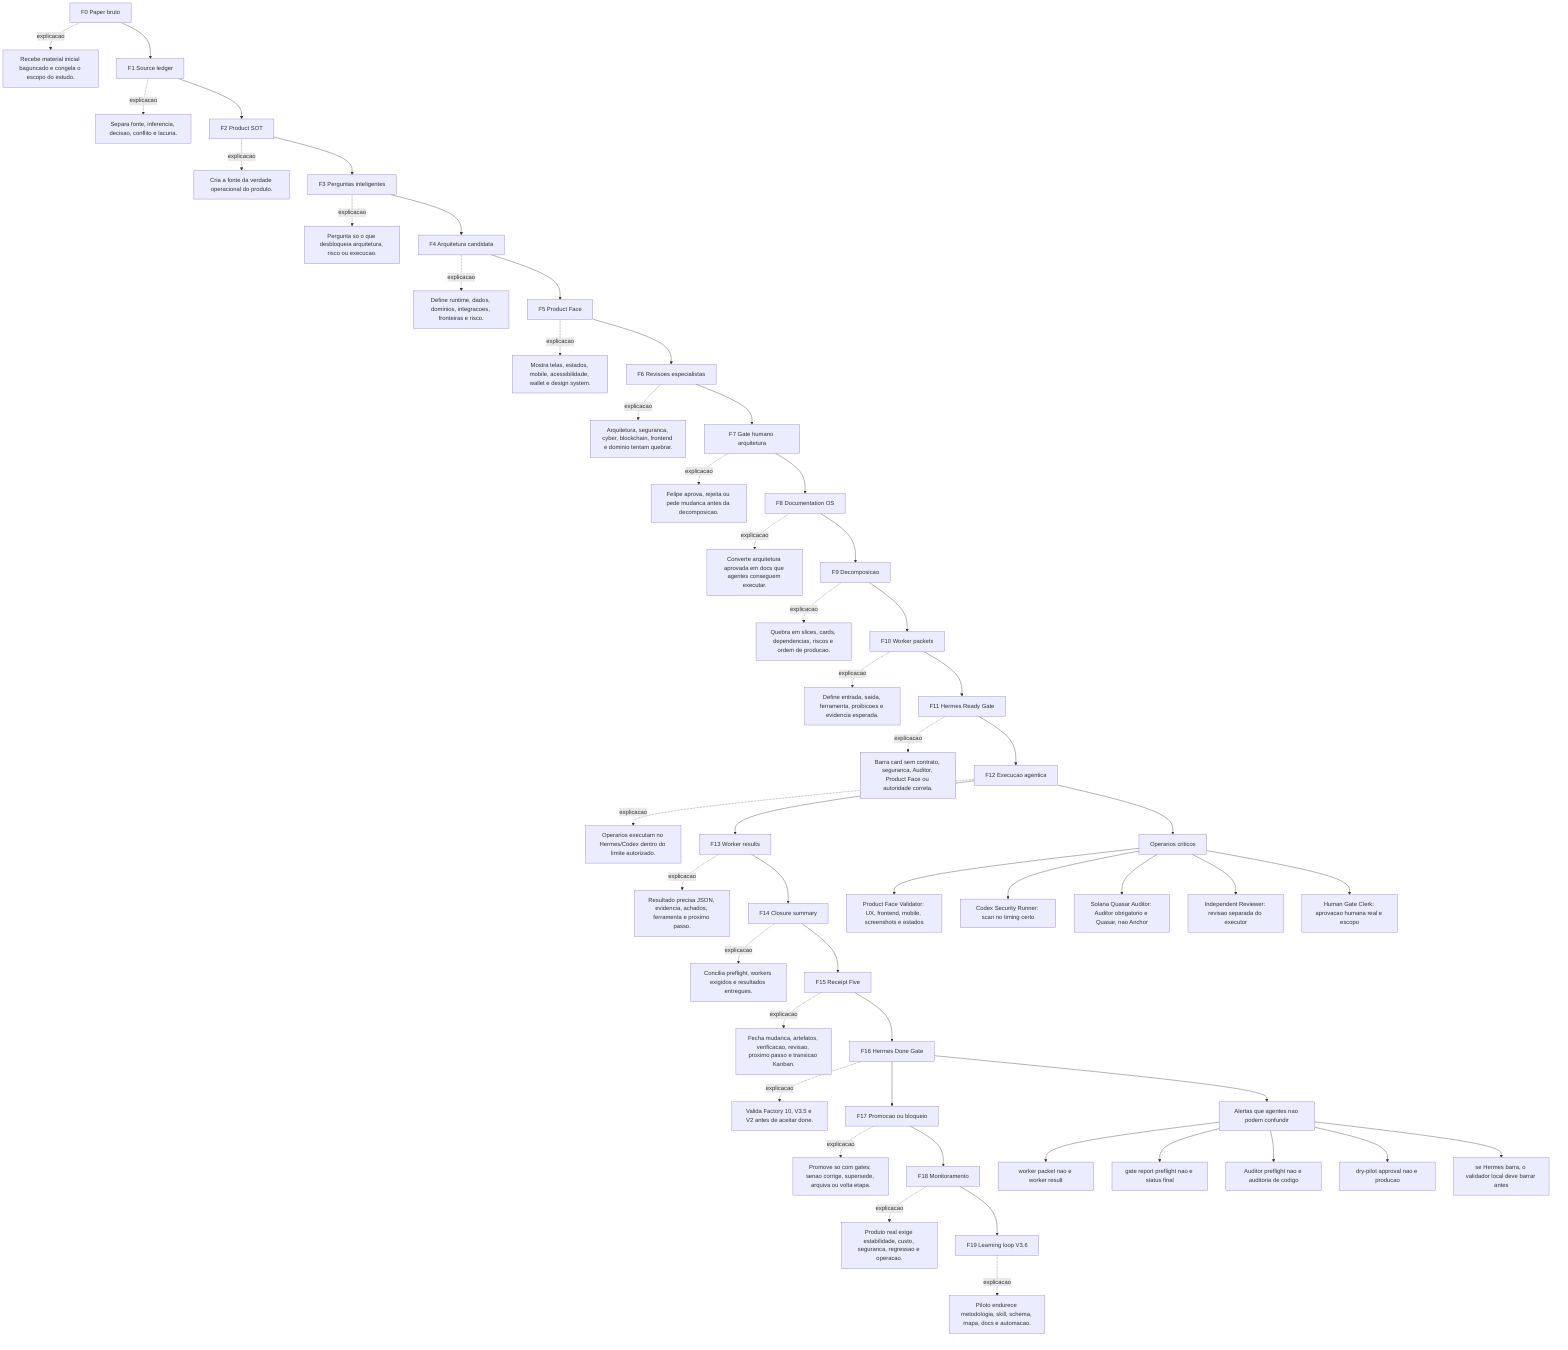
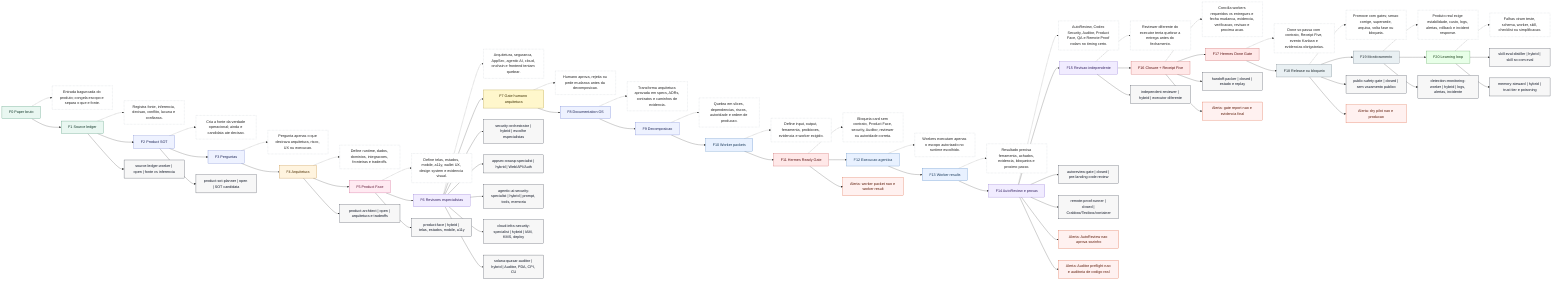
- flowchart TB
-   F0["F0 Paper bruto"]
-   F0D["Recebe material inicial baguncado e congela o escopo do estudo."]
-   F0 -. explicacao .-> F0D
+ flowchart LR
+   F0["F0 Paper bruto"]:::source
+   F0D["Entrada baguncada do produto; congela escopo e separa o que e fonte."]:::desc
+   F0 -.-> F0D
  F0 --> F1

-   F1["F1 Source ledger"]
-   F1D["Separa fonte, inferencia, decisao, conflito e lacuna."]
-   F1 -. explicacao .-> F1D
+   F1["F1 Source ledger"]:::source
+   F1D["Registra fonte, inferencia, decisao, conflito, lacuna e confianca."]:::desc
+   F1 -.-> F1D
  F1 --> F2

-   F2["F2 Product SOT"]
-   F2D["Cria a fonte da verdade operacional do produto."]
-   F2 -. explicacao .-> F2D
+   F2["F2 Product SOT"]:::planning
+   F2D["Cria a fonte da verdade operacional; ainda e candidata ate decisao."]:::desc
+   F2 -.-> F2D
  F2 --> F3

-   F3["F3 Perguntas inteligentes"]
-   F3D["Pergunta so o que desbloqueia arquitetura, risco ou execucao."]
-   F3 -. explicacao .-> F3D
+   F3["F3 Perguntas"]:::planning
+   F3D["Pergunta apenas o que destrava arquitetura, risco, UX ou execucao."]:::desc
+   F3 -.-> F3D
  F3 --> F4

-   F4["F4 Arquitetura candidata"]
-   F4D["Define runtime, dados, dominios, integracoes, fronteiras e risco."]
-   F4 -. explicacao .-> F4D
+   F4["F4 Arquitetura"]:::architecture
+   F4D["Define runtime, dados, dominios, integracoes, fronteiras e tradeoffs."]:::desc
+   F4 -.-> F4D
  F4 --> F5

-   F5["F5 Product Face"]
-   F5D["Mostra telas, estados, mobile, acessibilidade, wallet e design system."]
-   F5 -. explicacao .-> F5D
+   F5["F5 Product Face"]:::face
+   F5D["Define telas, estados, mobile, a11y, wallet UX, design system e evidencia visual."]:::desc
+   F5 -.-> F5D
  F5 --> F6

-   F6["F6 Revisoes especialistas"]
-   F6D["Arquitetura, seguranca, cyber, blockchain, frontend e dominio tentam quebrar."]
-   F6 -. explicacao .-> F6D
+   F6["F6 Revisoes especialistas"]:::review
+   F6D["Arquitetura, seguranca, AppSec, agentic AI, cloud, onchain e frontend tentam quebrar."]:::desc
+   F6 -.-> F6D
  F6 --> F7

-   F7["F7 Gate humano arquitetura"]
-   F7D["Felipe aprova, rejeita ou pede mudanca antes da decomposicao."]
-   F7 -. explicacao .-> F7D
+   F7["F7 Gate humano arquitetura"]:::human
+   F7D["Humano aprova, rejeita ou pede mudanca antes da decomposicao."]:::desc
+   F7 -.-> F7D
  F7 --> F8

-   F8["F8 Documentation OS"]
-   F8D["Converte arquitetura aprovada em docs que agentes conseguem executar."]
-   F8 -. explicacao .-> F8D
+   F8["F8 Documentation OS"]:::planning
+   F8D["Transforma arquitetura aprovada em specs, ADRs, contratos e caminhos de evidencia."]:::desc
+   F8 -.-> F8D
  F8 --> F9

-   F9["F9 Decomposicao"]
-   F9D["Quebra em slices, cards, dependencias, riscos e ordem de producao."]
-   F9 -. explicacao .-> F9D
+   F9["F9 Decomposicao"]:::planning
+   F9D["Quebra em slices, dependencias, riscos, autoridade e ordem de producao."]:::desc
+   F9 -.-> F9D
  F9 --> F10

-   F10["F10 Worker packets"]
-   F10D["Define entrada, saida, ferramenta, proibicoes e evidencia esperada."]
-   F10 -. explicacao .-> F10D
+   F10["F10 Worker packets"]:::execution
+   F10D["Define input, output, ferramenta, proibicoes, evidencia e worker exigido."]:::desc
+   F10 -.-> F10D
  F10 --> F11

-   F11["F11 Hermes Ready Gate"]
-   F11D["Barra card sem contrato, seguranca, Auditor, Product Face ou autoridade correta."]
-   F11 -. explicacao .-> F11D
+   F11["F11 Hermes Ready Gate"]:::gate
+   F11D["Bloqueia card sem contrato, Product Face, security, Auditor, reviewer ou autoridade correta."]:::desc
+   F11 -.-> F11D
  F11 --> F12

-   F12["F12 Execucao agentica"]
-   F12D["Operarios executam no Hermes/Codex dentro do limite autorizado."]
-   F12 -. explicacao .-> F12D
+   F12["F12 Execucao agentica"]:::execution
+   F12D["Workers executam apenas o escopo autorizado no runtime escolhido."]:::desc
+   F12 -.-> F12D
  F12 --> F13

-   F13["F13 Worker results"]
-   F13D["Resultado precisa JSON, evidencia, achados, ferramenta e proximo passo."]
-   F13 -. explicacao .-> F13D
+   F13["F13 Worker results"]:::execution
+   F13D["Resultado precisa ferramenta, achados, evidencia, bloqueios e proximo passo."]:::desc
+   F13 -.-> F13D
  F13 --> F14

-   F14["F14 Closure summary"]
-   F14D["Concilia preflight, workers exigidos e resultados entregues."]
-   F14 -. explicacao .-> F14D
+   F14["F14 AutoReview e provas"]:::review
+   F14D["AutoReview, Codex Security, Auditor, Product Face, QA e Remote Proof rodam no timing certo."]:::desc
+   F14 -.-> F14D
  F14 --> F15

-   F15["F15 Receipt Five"]
-   F15D["Fecha mudanca, artefatos, verificacao, revisao, proximo passo e transicao Kanban."]
-   F15 -. explicacao .-> F15D
+   F15["F15 Revisao independente"]:::review
+   F15D["Reviewer diferente do executor tenta quebrar a entrega antes do fechamento."]:::desc
+   F15 -.-> F15D
  F15 --> F16

-   F16["F16 Hermes Done Gate"]
-   F16D["Valida Factory 10, V3.5 e V2 antes de aceitar done."]
-   F16 -. explicacao .-> F16D
+   F16["F16 Closure + Receipt Five"]:::gate
+   F16D["Concilia workers requeridos vs entregues e fecha mudanca, evidencia, verificacao, revisao e proxima acao."]:::desc
+   F16 -.-> F16D
  F16 --> F17

-   F17["F17 Promocao ou bloqueio"]
-   F17D["Promove so com gates; senao corrige, supersede, arquiva ou volta etapa."]
-   F17 -. explicacao .-> F17D
+   F17["F17 Hermes Done Gate"]:::gate
+   F17D["Done so passa com contrato, Receipt Five, evento Kanban e evidencias obrigatorias."]:::desc
+   F17 -.-> F17D
  F17 --> F18

-   F18["F18 Monitoramento"]
-   F18D["Produto real exige estabilidade, custo, seguranca, regressao e operacao."]
-   F18 -. explicacao .-> F18D
+   F18["F18 Release ou bloqueio"]:::release
+   F18D["Promove com gates; senao corrige, supersede, arquiva, volta fase ou bloqueia."]:::desc
+   F18 -.-> F18D
  F18 --> F19

-   F19["F19 Learning loop V3.6"]
-   F19D["Piloto endurece metodologia, skill, schema, mapa, docs e automacao."]
-   F19 -. explicacao .-> F19D
+   F19["F19 Monitoramento"]:::release
+   F19D["Produto real exige estabilidade, custo, logs, alertas, rollback e incident response."]:::desc
+   F19 -.-> F19D
+   F19 --> F20

-   F12 --> OPS["Operarios criticos"]
-   OPS --> OP1["Product Face Validator: UX, frontend, mobile, screenshots e estados"]
-   OPS --> OP2["Codex Security Runner: scan no timing certo"]
-   OPS --> OP3["Solana Quasar Auditor: Auditor obrigatorio e Quasar, nao Anchor"]
-   OPS --> OP4["Independent Reviewer: revisao separada do executor"]
-   OPS --> OP5["Human Gate Clerk: aprovacao humana real e escopo"]
+   F20["F20 Learning loop"]:::learning
+   F20D["Falhas viram teste, schema, worker, skill, checklist ou simplificacao."]:::desc
+   F20 -.-> F20D

-   F16 --> ALERT["Alertas que agentes nao podem confundir"]
-   ALERT --> A1["worker packet nao e worker result"]
-   ALERT --> A2["gate report preflight nao e status final"]
-   ALERT --> A3["Auditor preflight nao e auditoria de codigo"]
-   ALERT --> A4["dry-pilot approval nao e producao"]
-   ALERT --> A5["se Hermes barra, o validador local deve barrar antes"]
+   F1 --> W1["source-ledger-worker | open | fonte vs inferencia"]:::worker
+   F2 --> W2["product-sot-planner | open | SOT candidata"]:::worker
+   F4 --> W3["product-architect | open | arquitetura e tradeoffs"]:::worker
+   F5 --> W4["product-face | hybrid | telas, estados, mobile, a11y"]:::worker
+   F6 --> W5["security-orchestrator | hybrid | escolhe especialistas"]:::worker
+   F6 --> W6["appsec-owasp-specialist | hybrid | Web/API/Auth"]:::worker
+   F6 --> W7["agentic-ai-security-specialist | hybrid | prompt, tools, memoria"]:::worker
+   F6 --> W8["cloud-infra-security-specialist | hybrid | IAM, KMS, deploy"]:::worker
+   F6 --> W9["solana-quasar-auditor | hybrid | Auditor, PDA, CPI, CU"]:::worker
+   F14 --> W10["autoreview-gate | closed | pre-landing code review"]:::worker
+   F14 --> W11["remote-proof-runner | closed | Crabbox/Testbox/container"]:::worker
+   F15 --> W12["independent-reviewer | hybrid | executor diferente"]:::worker
+   F16 --> W13["handoff-packer | closed | estado e replay"]:::worker
+   F18 --> W14["public-safety-gate | closed | sem vazamento publico"]:::worker
+   F19 --> W15["detection-monitoring-worker | hybrid | logs, alertas, incidente"]:::worker
+   F20 --> W16["skill-eval-distiller | hybrid | skill so com eval"]:::worker
+   F20 --> W17["memory-steward | hybrid | trust tier e poisoning"]:::worker
+ 
+   F11 --> A1["Alerta: worker packet nao e worker result"]:::alert
+   F16 --> A2["Alerta: gate report nao e evidencia final"]:::alert
+   F14 --> A3["Alerta: AutoReview nao aprova sozinho"]:::alert
+   F14 --> A4["Alerta: Auditor preflight nao e auditoria de codigo real"]:::alert
+   F18 --> A5["Alerta: dry pilot nao e producao"]:::alert
+ 
+   classDef source fill:#e9f7f1,stroke:#217a54,color:#12372a;
+   classDef planning fill:#eef2ff,stroke:#4f63c6,color:#1c2455;
+   classDef architecture fill:#fff4df,stroke:#b36b00,color:#4a2d00;
+   classDef face fill:#ffeaf2,stroke:#c23b72,color:#5f1735;
+   classDef review fill:#f1ecff,stroke:#7656c9,color:#33215f;
+   classDef human fill:#fff7cc,stroke:#9b7a00,color:#3d3000;
+   classDef execution fill:#e8f1ff,stroke:#2e6db5,color:#173858;
+   classDef gate fill:#ffe8e8,stroke:#bf3434,color:#5a1111;
+   classDef release fill:#e9f0f3,stroke:#51626b,color:#202b30;
+   classDef learning fill:#e8ffe8,stroke:#3b8b3b,color:#173d17;
+   classDef desc fill:#ffffff,stroke:#aab3bd,color:#222222,stroke-dasharray: 3 3;
+   classDef worker fill:#f7f7f7,stroke:#111827,color:#111827;
+   classDef alert fill:#fff1f0,stroke:#d4380d,color:#5c1a08;
